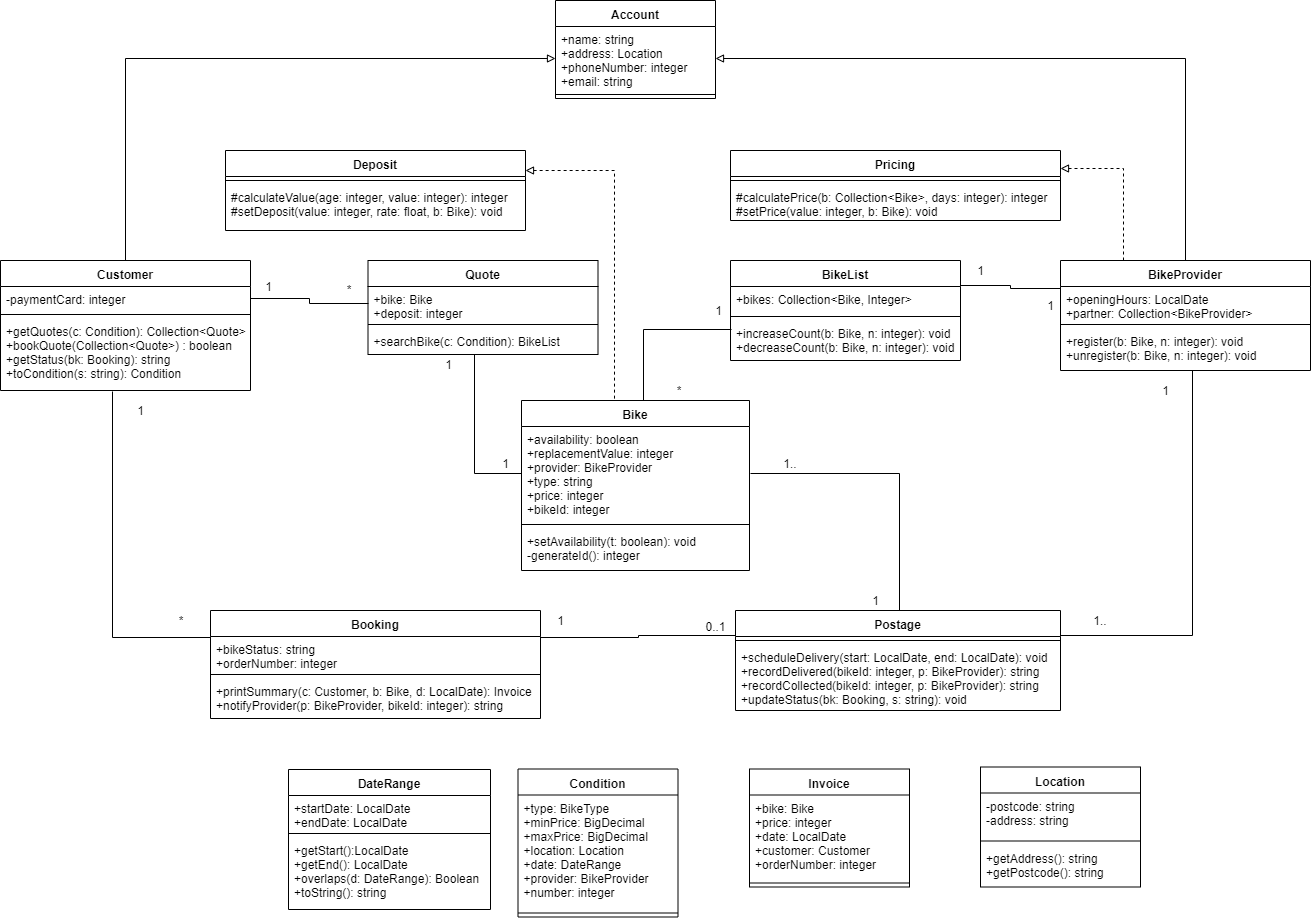
Before: diagram/cw2_class_diagram.png, a diagram exported from draw.io (SatoMichi/SE_CW_Bike_Rental_System). Source tidied: cells renumbered, new cells last; positions are measured from the earlier drawing's top-left corner, leaving out a move shared by most shapes.
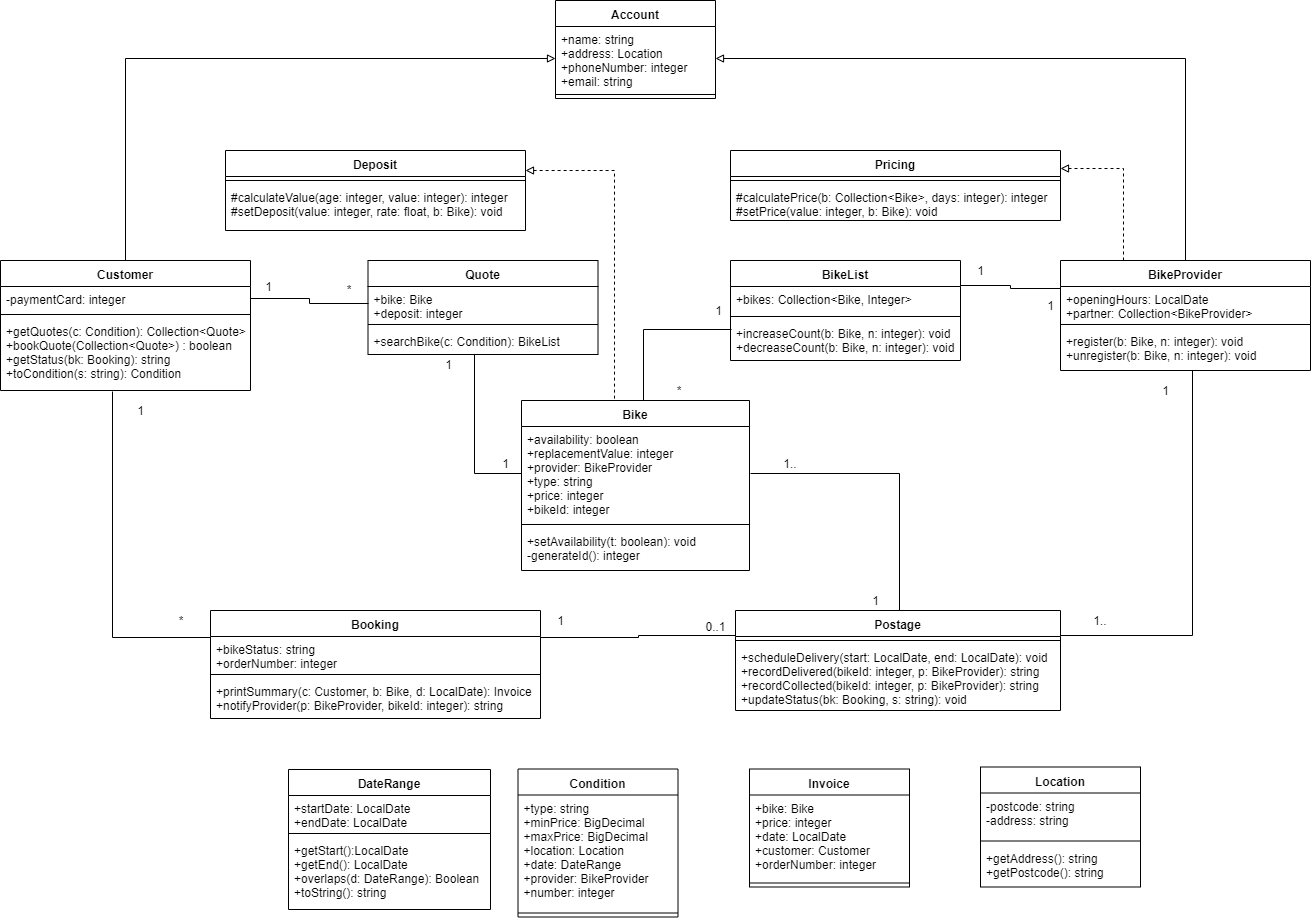
Later version of the same file.

Change to the diagram source:
```diff
@@ -161,7 +161,7 @@
     <mxCell id="53" value="Condition" style="swimlane;fontStyle=1;align=center;verticalAlign=top;horizontal=1;startSize=26;" parent="1" vertex="1">
       <mxGeometry x="517.5" y="768.5" width="160" height="148" as="geometry" />
     </mxCell>
-    <mxCell id="54" value="+type: BikeType&#10;+minPrice: BigDecimal&#10;+maxPrice: BigDecimal&#10;+location: Location&#10;+date: DateRange&#10;+provider: BikeProvider&#10;+number: integer" style="text;strokeColor=none;fillColor=none;align=left;verticalAlign=top;spacingLeft=4;spacingRight=4;overflow=hidden;" parent="53" vertex="1">
+    <mxCell id="54" value="+type: string&#10;+minPrice: BigDecimal&#10;+maxPrice: BigDecimal&#10;+location: Location&#10;+date: DateRange&#10;+provider: BikeProvider&#10;+number: integer" style="text;strokeColor=none;fillColor=none;align=left;verticalAlign=top;spacingLeft=4;spacingRight=4;overflow=hidden;" parent="53" vertex="1">
       <mxGeometry y="26" width="160" height="114" as="geometry" />
     </mxCell>
     <mxCell id="55" style="line;strokeWidth=1;fillColor=none;align=left;verticalAlign=middle;spacingTop=-1;spacingLeft=3;spacingRight=3;labelPosition=right;" parent="53" vertex="1">
```
